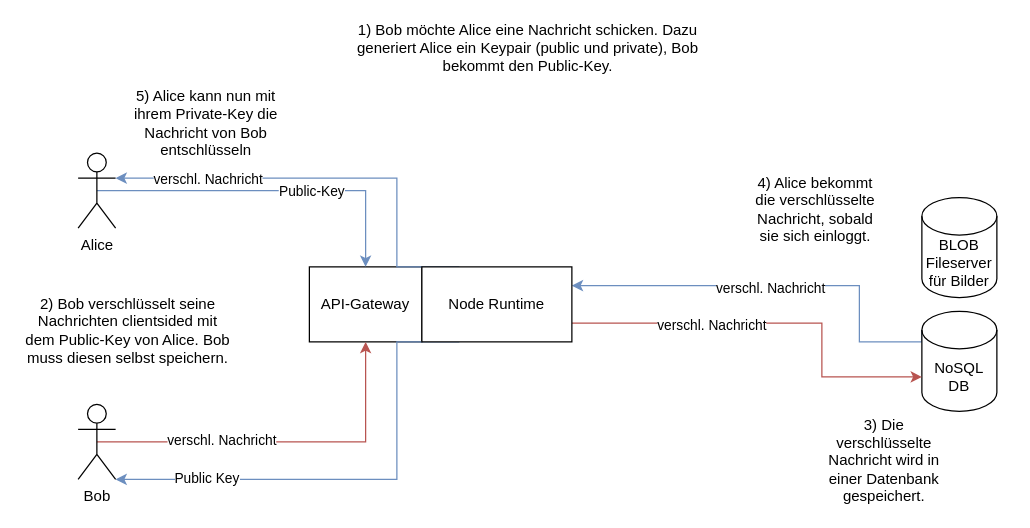
Earlier version of the draw.io diagram doc/chatapp_architecture.drawio (sanqro/chat). Source tidied: cells renumbered, new cells numbered last; positions are measured from the earlier drawing's top-left corner, leaving out a move shared by most shapes. Both pictures are drawn from the tidied source at 125%, with x=0, y=0 at pixel (21, 29).
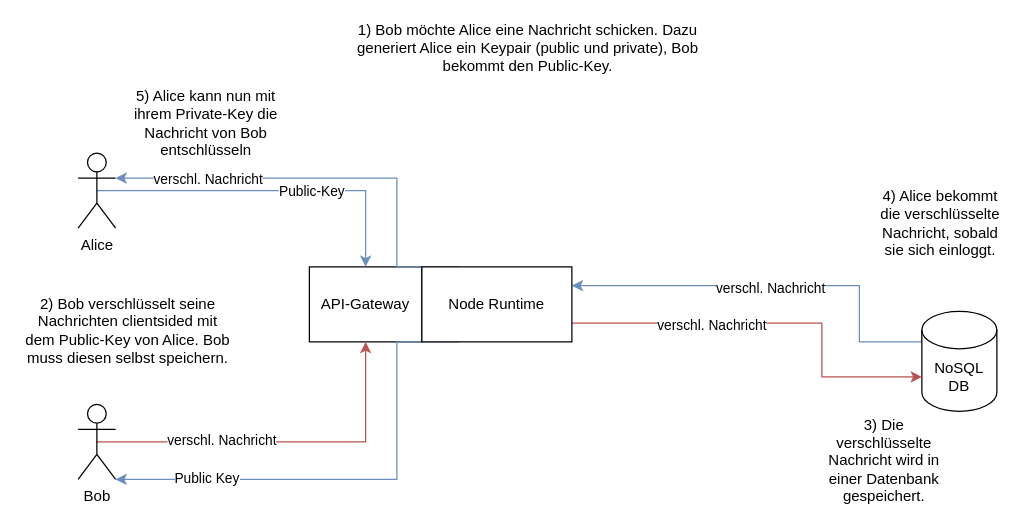
After the change.

Commit message:
remove fileserver from architecture for now

What changed in the source:
```diff
@@
-    <mxCell id="19" value="BLOB&lt;br&gt;Fileserver für Bilder" style="shape=cylinder3;whiteSpace=wrap;html=1;boundedLbl=1;backgroundOutline=1;size=15;" parent="1" vertex="1">
-      <mxGeometry x="720" y="134.5" width="60" height="80" as="geometry" />
-    </mxCell>
@@
     <mxCell id="23" value="4) Alice bekommt die verschlüsselte Nachricht, sobald sie sich einloggt." style="text;html=1;strokeColor=none;fillColor=none;align=center;verticalAlign=middle;whiteSpace=wrap;rounded=0;" parent="1" vertex="1">
-      <mxGeometry x="580" y="129" width="110" height="30" as="geometry" />
+      <mxGeometry x="680" y="140" width="110" height="30" as="geometry" />
     </mxCell>
```
